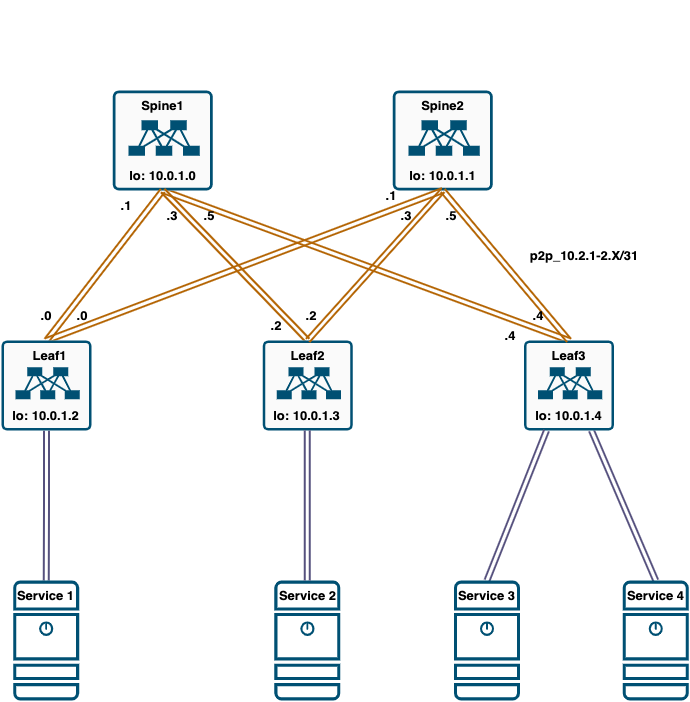
Before: lab1/topology_1.drawio.png, a diagram exported from draw.io (asadov1/OTUS_DC). Source tidied: cells renumbered, new cells last; positions are measured from the earlier drawing's top-left corner, leaving out a move shared by most shapes.
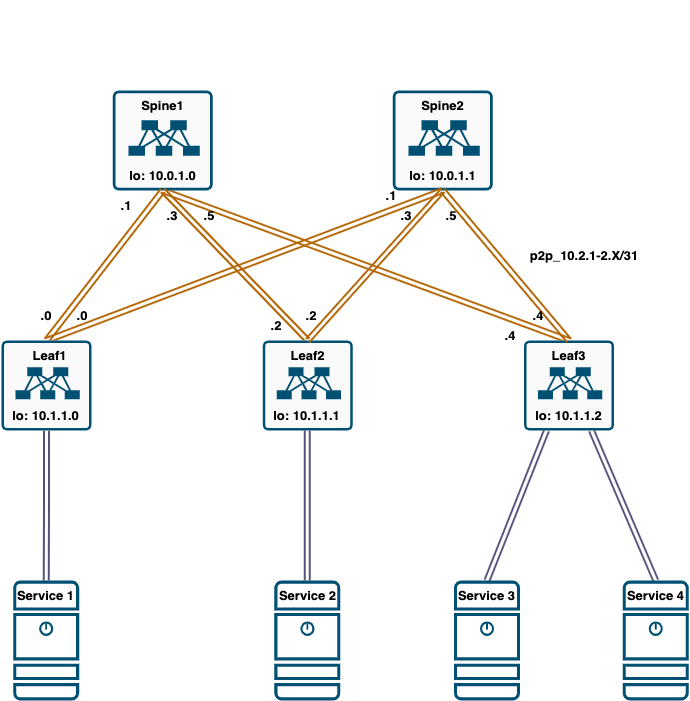
After the commit.

The edit, as a diff of the source:
```diff
@@ -153,13 +153,13 @@
     <mxCell id="50" value="&lt;b style=&quot;font-size: 13px;&quot;&gt;&lt;font style=&quot;font-size: 13px;&quot; color=&quot;#000000&quot;&gt;Service 4&lt;/font&gt;&lt;/b&gt;" style="text;html=1;strokeColor=none;fillColor=none;align=center;verticalAlign=middle;whiteSpace=wrap;rounded=0;fontColor=#FFFFFF;" parent="1" vertex="1">
       <mxGeometry x="623" y="580" width="65.2" height="30" as="geometry" />
     </mxCell>
-    <mxCell id="51" value="&lt;b style=&quot;font-size: 13px;&quot;&gt;&lt;font style=&quot;font-size: 13px;&quot; color=&quot;#000000&quot;&gt;lo: 10.0.1.2&lt;/font&gt;&lt;/b&gt;" style="text;html=1;strokeColor=none;fillColor=none;align=center;verticalAlign=middle;whiteSpace=wrap;rounded=0;fontColor=#FFFFFF;" parent="1" vertex="1">
+    <mxCell id="51" value="&lt;b style=&quot;font-size: 13px;&quot;&gt;&lt;font style=&quot;font-size: 13px;&quot; color=&quot;#000000&quot;&gt;lo: 10.1.1.0&lt;/font&gt;&lt;/b&gt;" style="text;html=1;strokeColor=none;fillColor=none;align=center;verticalAlign=middle;whiteSpace=wrap;rounded=0;fontColor=#FFFFFF;" parent="1" vertex="1">
       <mxGeometry x="-0.1" y="400" width="91.1" height="30" as="geometry" />
     </mxCell>
-    <mxCell id="52" value="&lt;b style=&quot;font-size: 13px;&quot;&gt;&lt;font style=&quot;font-size: 13px;&quot; color=&quot;#000000&quot;&gt;lo: 10.0.1.3&lt;/font&gt;&lt;/b&gt;" style="text;html=1;strokeColor=none;fillColor=none;align=center;verticalAlign=middle;whiteSpace=wrap;rounded=0;fontColor=#FFFFFF;" parent="1" vertex="1">
+    <mxCell id="52" value="&lt;b style=&quot;font-size: 13px;&quot;&gt;&lt;font style=&quot;font-size: 13px;&quot; color=&quot;#000000&quot;&gt;lo: 10.1.1.1&lt;/font&gt;&lt;/b&gt;" style="text;html=1;strokeColor=none;fillColor=none;align=center;verticalAlign=middle;whiteSpace=wrap;rounded=0;fontColor=#FFFFFF;" parent="1" vertex="1">
       <mxGeometry x="261.1" y="400" width="91.1" height="30" as="geometry" />
     </mxCell>
-    <mxCell id="53" value="&lt;b style=&quot;font-size: 13px;&quot;&gt;&lt;font style=&quot;font-size: 13px;&quot; color=&quot;#000000&quot;&gt;lo: 10.0.1.4&lt;/font&gt;&lt;/b&gt;" style="text;html=1;strokeColor=none;fillColor=none;align=center;verticalAlign=middle;whiteSpace=wrap;rounded=0;fontColor=#FFFFFF;" parent="1" vertex="1">
+    <mxCell id="53" value="&lt;b style=&quot;font-size: 13px;&quot;&gt;&lt;font style=&quot;font-size: 13px;&quot; color=&quot;#000000&quot;&gt;lo: 10.1.1.2&lt;/font&gt;&lt;/b&gt;" style="text;html=1;strokeColor=none;fillColor=none;align=center;verticalAlign=middle;whiteSpace=wrap;rounded=0;fontColor=#FFFFFF;" parent="1" vertex="1">
       <mxGeometry x="522.9" y="400" width="91.1" height="30" as="geometry" />
     </mxCell>
   </root>
```
